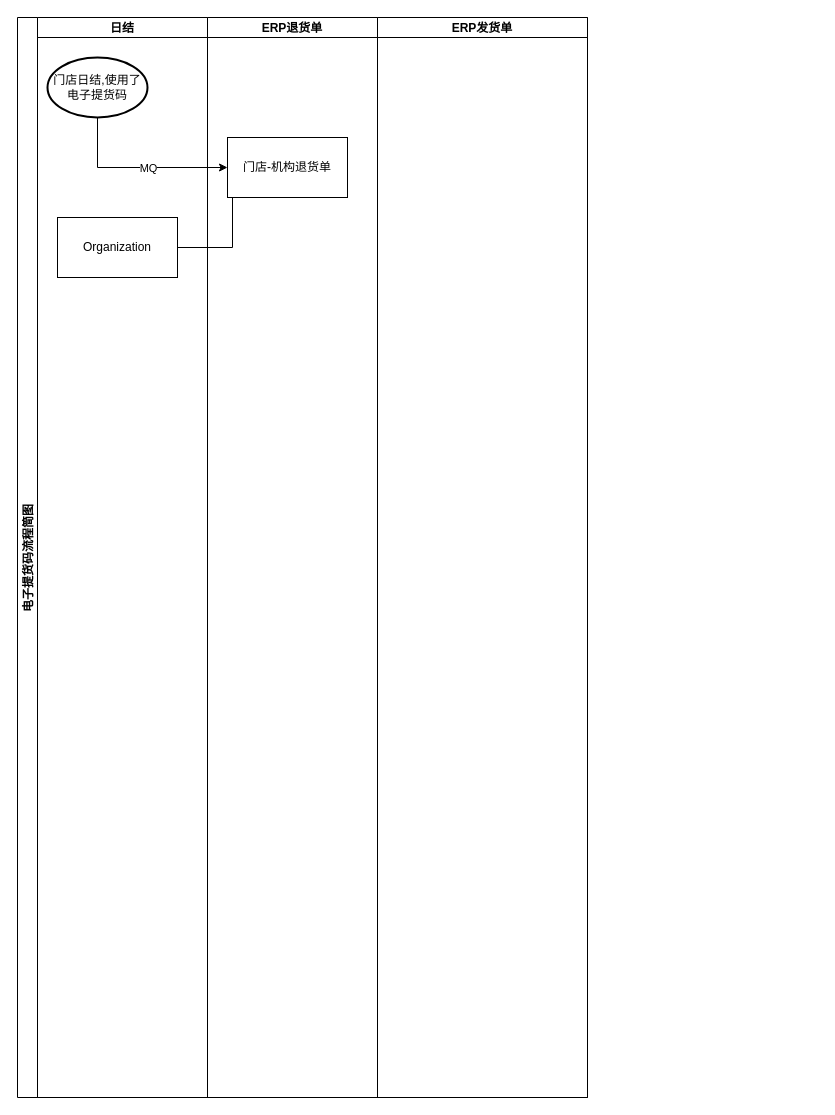
Earlier version of the draw.io diagram 电子提货码交互简图.drawio (fengj1202/draw). Source tidied: cells renumbered, new cells numbered last; positions are measured from the earlier drawing's top-left corner, leaving out a move shared by most shapes. Both pictures are drawn from the tidied source at 100%, with x=0, y=0 at pixel (17, 17).
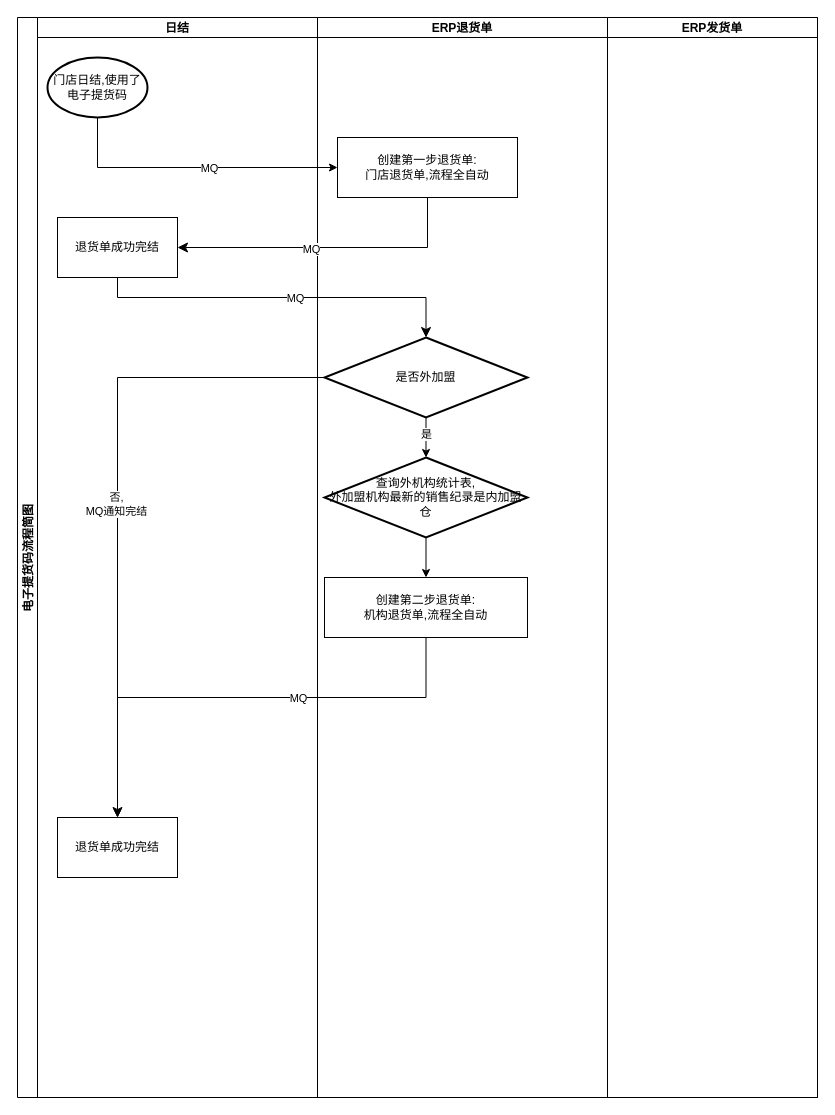
After the change.

Commit message (it also covers changes not shown here):
更新电子提货码交互简图.drawio

What changed in the source:
```diff
@@
     <mxCell id="2" value="电子提货码流程简图" style="swimlane;startSize=20;horizontal=0;" parent="1" vertex="1">
-      <mxGeometry width="570" height="1080" as="geometry" />
+      <mxGeometry width="800" height="1080" as="geometry" />
     </mxCell>
     <mxCell id="3" value="日结" style="swimlane;startSize=20;" parent="2" vertex="1">
-      <mxGeometry x="20" width="170" height="1080" as="geometry" />
+      <mxGeometry x="20" width="280" height="1080" as="geometry" />
     </mxCell>
@@
-    <mxCell id="5" value="Organization" style="whiteSpace=wrap;html=1;align=center;newEdgeStyle={&quot;edgeStyle&quot;:&quot;elbowEdgeStyle&quot;,&quot;startArrow&quot;:&quot;none&quot;,&quot;endArrow&quot;:&quot;none&quot;};" parent="3" vertex="1">
+    <mxCell id="5" value="退货单成功完结" style="whiteSpace=wrap;html=1;align=center;newEdgeStyle={&quot;edgeStyle&quot;:&quot;elbowEdgeStyle&quot;,&quot;startArrow&quot;:&quot;none&quot;,&quot;endArrow&quot;:&quot;none&quot;};" parent="3" vertex="1">
       <mxGeometry x="20" y="200" width="120" height="60" as="geometry" />
     </mxCell>
+    <mxCell id="12" value="退货单成功完结" style="whiteSpace=wrap;html=1;align=center;newEdgeStyle={&quot;edgeStyle&quot;:&quot;elbowEdgeStyle&quot;,&quot;startArrow&quot;:&quot;none&quot;,&quot;endArrow&quot;:&quot;none&quot;};" parent="3" vertex="1">
+      <mxGeometry x="20" y="800" width="120" height="60" as="geometry" />
+    </mxCell>
     <mxCell id="6" value="ERP退货单" style="swimlane;startSize=20;" parent="2" vertex="1">
-      <mxGeometry x="190" width="170" height="1080" as="geometry" />
+      <mxGeometry x="300" width="290" height="1080" as="geometry" />
     </mxCell>
-    <mxCell id="7" value="门店-机构退货单" style="whiteSpace=wrap;html=1;align=center;newEdgeStyle={&quot;edgeStyle&quot;:&quot;elbowEdgeStyle&quot;,&quot;startArrow&quot;:&quot;none&quot;,&quot;endArrow&quot;:&quot;none&quot;};" parent="6" vertex="1">
-      <mxGeometry x="20" y="120" width="120" height="60" as="geometry" />
+    <mxCell id="7" value="创建第一步退货单:&lt;br&gt;门店退货单,流程全自动" style="whiteSpace=wrap;html=1;align=center;newEdgeStyle={&quot;edgeStyle&quot;:&quot;elbowEdgeStyle&quot;,&quot;startArrow&quot;:&quot;none&quot;,&quot;endArrow&quot;:&quot;none&quot;};" parent="6" vertex="1">
+      <mxGeometry x="20" y="120" width="180" height="60" as="geometry" />
     </mxCell>
+    <mxCell id="13" style="edgeStyle=orthogonalEdgeStyle;rounded=0;jettySize=auto;html=1;exitX=0.5;exitY=1;exitDx=0;exitDy=0;exitPerimeter=0;" parent="6" edge="1" source="15" target="17">
+      <mxGeometry relative="1" as="geometry" />
+    </mxCell>
+    <mxCell id="14" value="是" style="edgeLabel;html=1;align=center;verticalAlign=middle;" parent="13" vertex="1">
+      <mxGeometry x="-0.2" relative="1" as="geometry" />
+    </mxCell>
+    <mxCell id="15" value="是否外加盟" style="strokeWidth=2;html=1;shape=mxgraph.flowchart.decision;whiteSpace=wrap;" parent="6" vertex="1">
+      <mxGeometry x="7" y="320" width="203" height="80" as="geometry" />
+    </mxCell>
+    <mxCell id="16" style="edgeStyle=orthogonalEdgeStyle;rounded=0;jettySize=auto;html=1;exitX=0.5;exitY=1;exitDx=0;exitDy=0;exitPerimeter=0;" parent="6" edge="1" source="17" target="18">
+      <mxGeometry relative="1" as="geometry" />
+    </mxCell>
+    <mxCell id="17" value="查询外机构统计表,&lt;br&gt;外加盟机构最新的销售纪录是内加盟仓" style="strokeWidth=2;html=1;shape=mxgraph.flowchart.decision;whiteSpace=wrap;" parent="6" vertex="1">
+      <mxGeometry x="7" y="440" width="203" height="80" as="geometry" />
+    </mxCell>
+    <mxCell id="18" value="创建第二步退货单:&lt;br&gt;机构退货单,流程全自动" style="whiteSpace=wrap;html=1;align=center;newEdgeStyle={&quot;edgeStyle&quot;:&quot;elbowEdgeStyle&quot;,&quot;startArrow&quot;:&quot;none&quot;,&quot;endArrow&quot;:&quot;none&quot;};" parent="6" vertex="1">
+      <mxGeometry x="7" y="560" width="203" height="60" as="geometry" />
+    </mxCell>
     <mxCell id="8" value="ERP发货单" style="swimlane;startSize=20;" parent="2" vertex="1">
-      <mxGeometry x="360" width="210" height="1080" as="geometry" />
+      <mxGeometry x="590" width="210" height="1080" as="geometry" />
     </mxCell>
@@
-    <mxCell id="11" style="edgeStyle=elbowEdgeStyle;rounded=0;jettySize=auto;html=1;startArrow=none;endArrow=none;exitX=0.5;exitY=1;exitDx=0;exitDy=0;entryX=1;entryY=0.5;entryDx=0;entryDy=0;" parent="2" edge="1" source="7" target="5">
-      <mxGeometry relative="1" as="geometry" />
+    <mxCell id="11" style="edgeStyle=segmentEdgeStyle;endArrow=classic;html=1;curved=0;rounded=0;endSize=8;startSize=8;exitX=0.5;exitY=1;exitDx=0;exitDy=0;entryX=1;entryY=0.5;entryDx=0;entryDy=0;" parent="2" edge="1" source="7" target="5">
+      <mxGeometry relative="1" as="geometry">
+        <Array as="points">
+          <mxPoint x="410" y="230" />
+        </Array>
+      </mxGeometry>
     </mxCell>
+    <mxCell id="19" value="MQ" style="edgeLabel;html=1;align=center;verticalAlign=middle;" parent="11" vertex="1">
+      <mxGeometry x="0.11" y="1" relative="1" as="geometry" />
+    </mxCell>
+    <mxCell id="20" style="edgeStyle=orthogonalEdgeStyle;rounded=0;jettySize=auto;html=1;exitX=0;exitY=0.5;exitDx=0;exitDy=0;exitPerimeter=0;" parent="2" edge="1" source="15" target="12">
+      <mxGeometry relative="1" as="geometry" />
+    </mxCell>
+    <mxCell id="21" value="否,&lt;br&gt;MQ通知完结" style="edgeLabel;html=1;align=center;verticalAlign=middle;" parent="20" vertex="1">
+      <mxGeometry x="0.03" y="-2" relative="1" as="geometry" />
+    </mxCell>
+    <mxCell id="22" style="edgeStyle=segmentEdgeStyle;endArrow=classic;html=1;curved=0;rounded=0;endSize=8;startSize=8;exitX=0.5;exitY=1;exitDx=0;exitDy=0;entryX=0.5;entryY=0;entryDx=0;entryDy=0;entryPerimeter=0;" parent="2" edge="1" source="5" target="15">
+      <mxGeometry relative="1" as="geometry">
+        <Array as="points">
+          <mxPoint x="100" y="280" />
+          <mxPoint x="409" y="280" />
+          <mxPoint x="409" y="320" />
+        </Array>
+      </mxGeometry>
+    </mxCell>
+    <mxCell id="23" value="MQ" style="edgeLabel;html=1;align=center;verticalAlign=middle;" parent="22" vertex="1">
+      <mxGeometry x="0.07" relative="1" as="geometry" />
+    </mxCell>
+    <mxCell id="24" style="edgeStyle=segmentEdgeStyle;endArrow=classic;html=1;curved=0;rounded=0;endSize=8;startSize=8;exitX=0.5;exitY=1;exitDx=0;exitDy=0;entryX=0.5;entryY=0;entryDx=0;entryDy=0;" parent="2" edge="1" source="18" target="12">
+      <mxGeometry relative="1" as="geometry">
+        <Array as="points">
+          <mxPoint x="409" y="680" />
+          <mxPoint x="100" y="680" />
+        </Array>
+      </mxGeometry>
+    </mxCell>
+    <mxCell id="25" value="MQ" style="edgeLabel;html=1;align=center;verticalAlign=middle;" parent="24" vertex="1">
+      <mxGeometry x="-0.23" y="1" relative="1" as="geometry">
+        <mxPoint y="-1" as="offset" />
+      </mxGeometry>
+    </mxCell>
```
